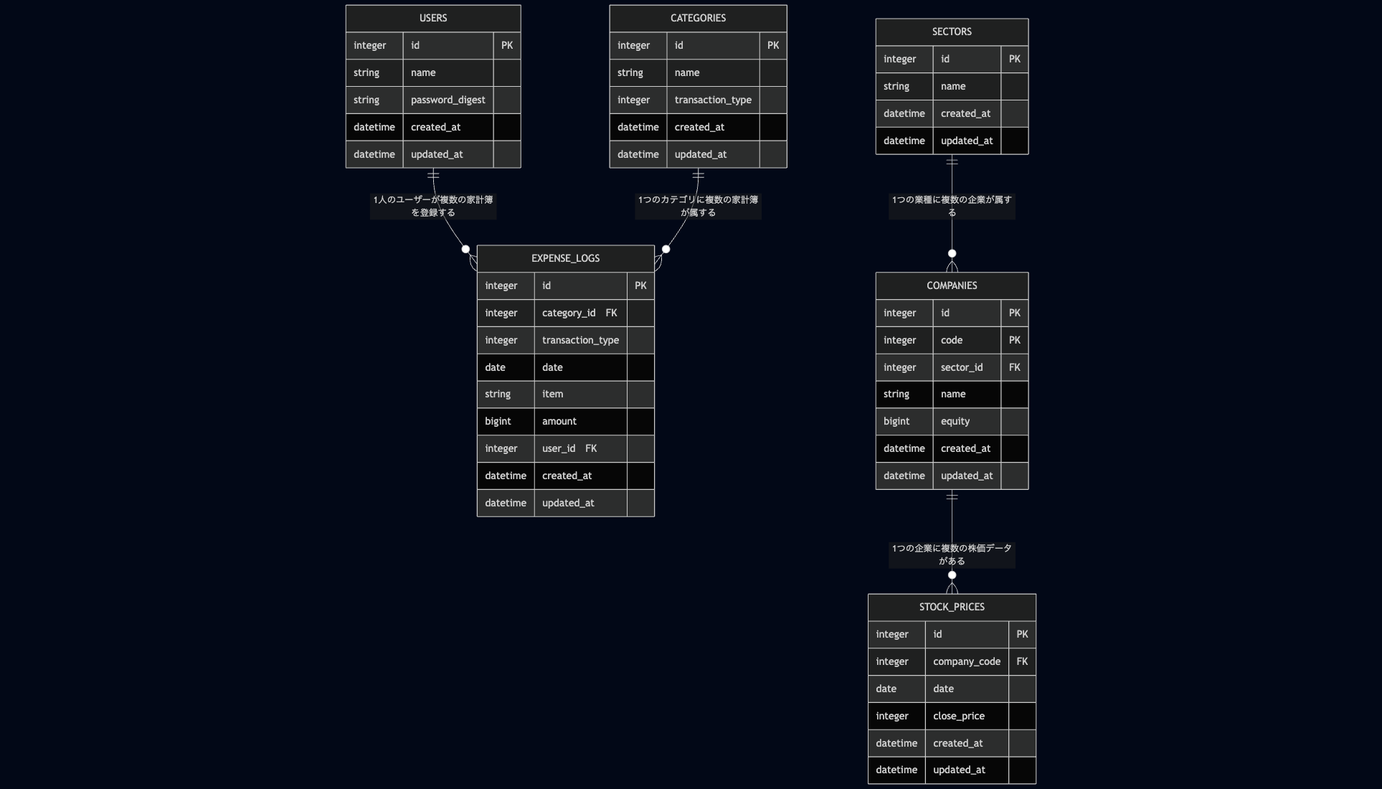
The Mermaid diagram document/img/er_diagram.png in poppuko-n/MoneyManagement, before a commit. Its source is kept beside it as document/img/er_diagram.mmd.
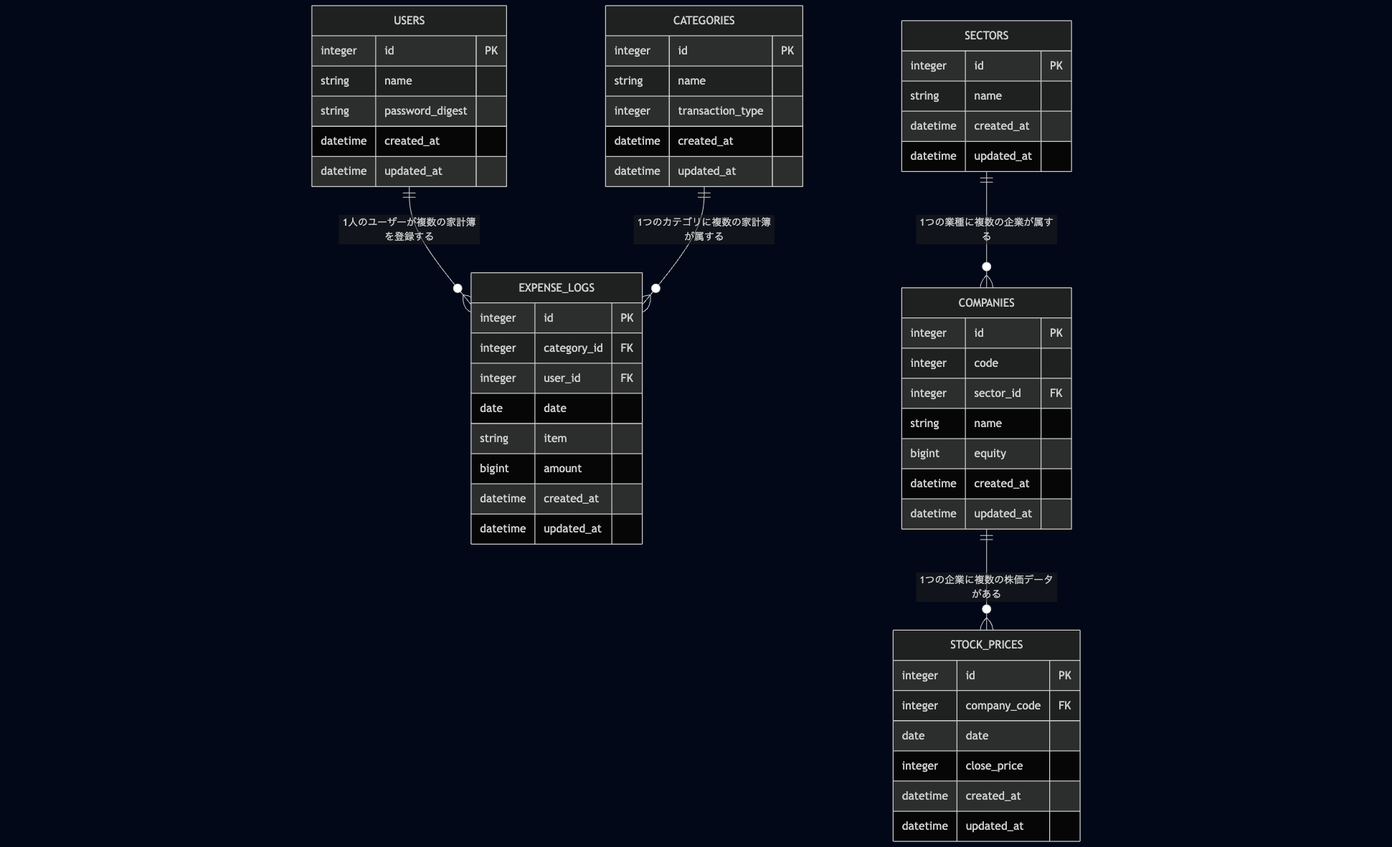
After the change.

What changed in the source:
```diff
@@ -22,12 +22,11 @@
 
   EXPENSE_LOGS {
     integer id PK
-    integer category_id　FK
-    integer transaction_type
+    integer category_id FK
+    integer user_id FK
     date date
     string item
     bigint amount
-    integer user_id　FK
     datetime created_at
     datetime updated_at
   }
@@ -41,7 +40,7 @@
 
   COMPANIES {
     integer id PK
-    integer code PK
+    integer code
     integer sector_id FK
     string name
     bigint equity
```
